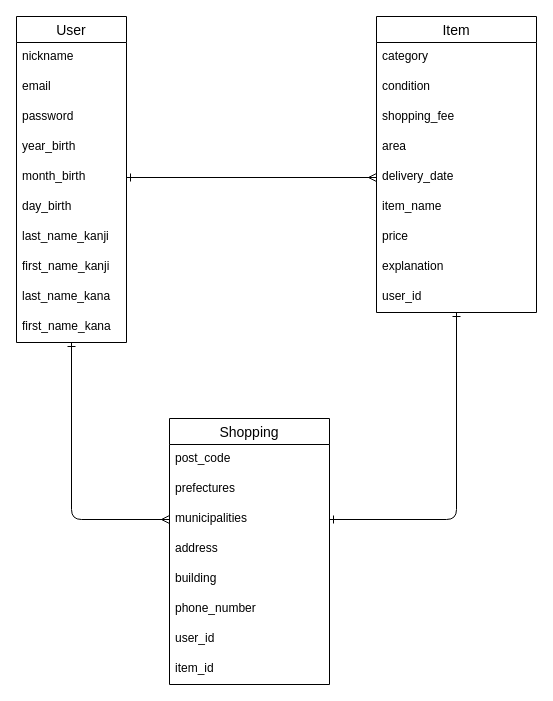
This is er.dio from PTT1230/furima-38221, a draw.io file, before an edit. Source tidied: cells renumbered, new cells numbered last; positions are measured from the earlier drawing's top-left corner, leaving out a move shared by most shapes. Both pictures are drawn from the tidied source at 100%, with x=0, y=0 at pixel (16, 16).
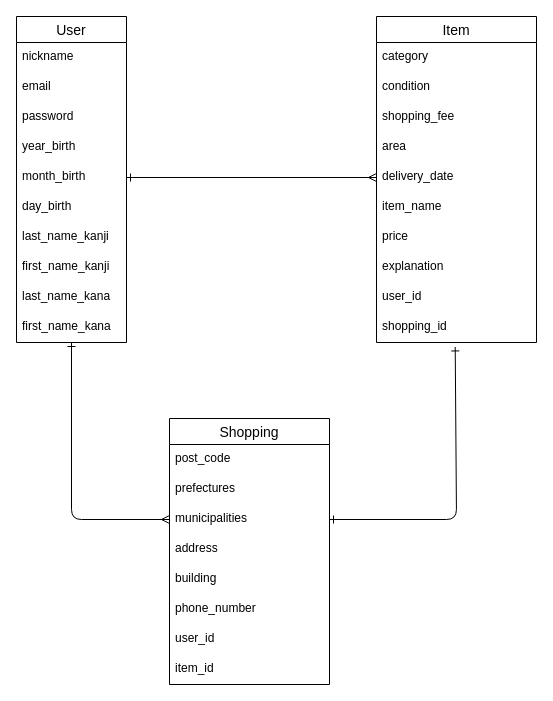
The same diagram, later.

The change refers to these unchanged cells:
```xml
<mxCell id="22" value="user_id" style="text;strokeColor=none;fillColor=none;spacingLeft=4;spacingRight=4;overflow=hidden;points=[[0,0.5],[1,0.5]];portConstraint=eastwest;fontSize=12;" parent="13" vertex="1">
  <mxGeometry y="266" width="160" height="30" as="geometry" />
</mxCell>
<mxCell id="26" value="municipalities" style="text;strokeColor=none;fillColor=none;spacingLeft=4;spacingRight=4;overflow=hidden;points=[[0,0.5],[1,0.5]];portConstraint=eastwest;fontSize=12;" parent="23" vertex="1">
  <mxGeometry y="86" width="160" height="30" as="geometry" />
</mxCell>
```

Diff of the diagram source:
```diff
@@
     <mxCell id="13" value="Item" style="swimlane;fontStyle=0;horizontal=1;startSize=26;align=center;fontSize=14;" parent="1" vertex="1">
-      <mxGeometry x="360" width="160" height="296" as="geometry" />
+      <mxGeometry x="360" width="160" height="326" as="geometry" />
     </mxCell>
@@
+    <mxCell id="35" value="shopping_id" style="text;strokeColor=none;fillColor=none;spacingLeft=4;spacingRight=4;overflow=hidden;points=[[0,0.5],[1,0.5]];portConstraint=eastwest;fontSize=12;" parent="13" vertex="1">
+      <mxGeometry y="296" width="160" height="30" as="geometry" />
+    </mxCell>
@@
-    <mxCell id="32" style="edgeStyle=none;html=1;exitX=1;exitY=0.5;exitDx=0;exitDy=0;endArrow=ERone;endFill=0;strokeWidth=1;startArrow=ERone;startFill=0;" parent="1" edge="1" source="26" target="22">
+    <mxCell id="32" style="edgeStyle=none;html=1;exitX=1;exitY=0.5;exitDx=0;exitDy=0;endArrow=ERone;endFill=0;strokeWidth=1;startArrow=ERone;startFill=0;entryX=0.492;entryY=1.148;entryDx=0;entryDy=0;entryPerimeter=0;" parent="1" edge="1" source="26" target="35">
       <mxGeometry relative="1" as="geometry">
         <Array as="points">
           <mxPoint x="440" y="503" />
         </Array>
       </mxGeometry>
     </mxCell>
```
